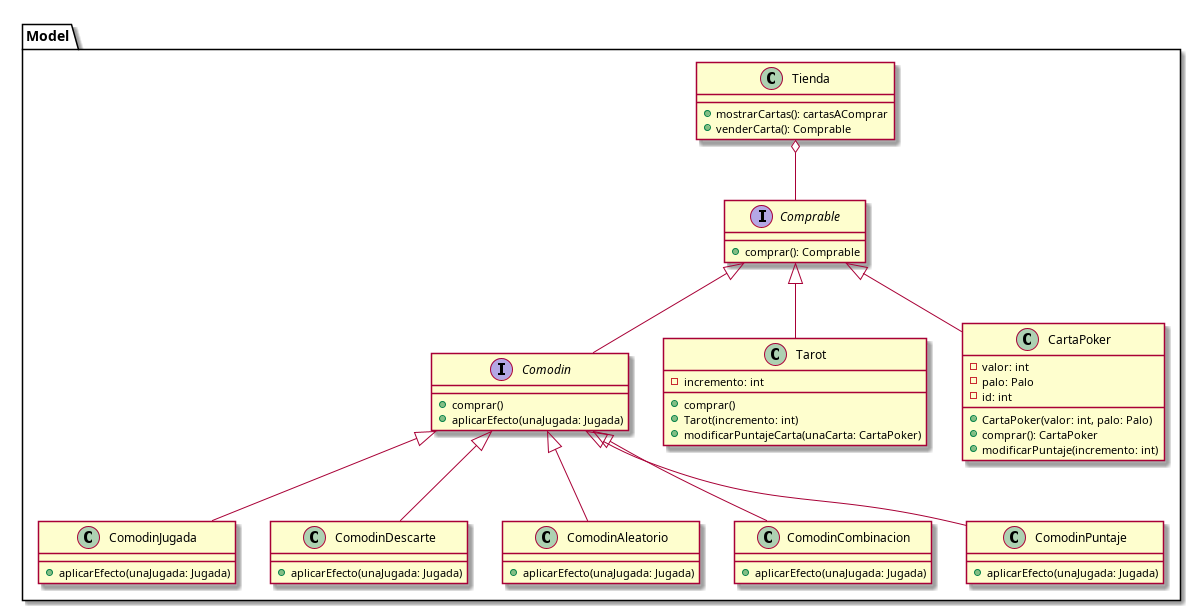
The PlantUML diagram diagrams/classes/clasesBalatro3.png in carruizdiaz1109/UBAlatro, before a commit. Its source is kept beside it as diagrams/classes/clasesBalatro3.puml.
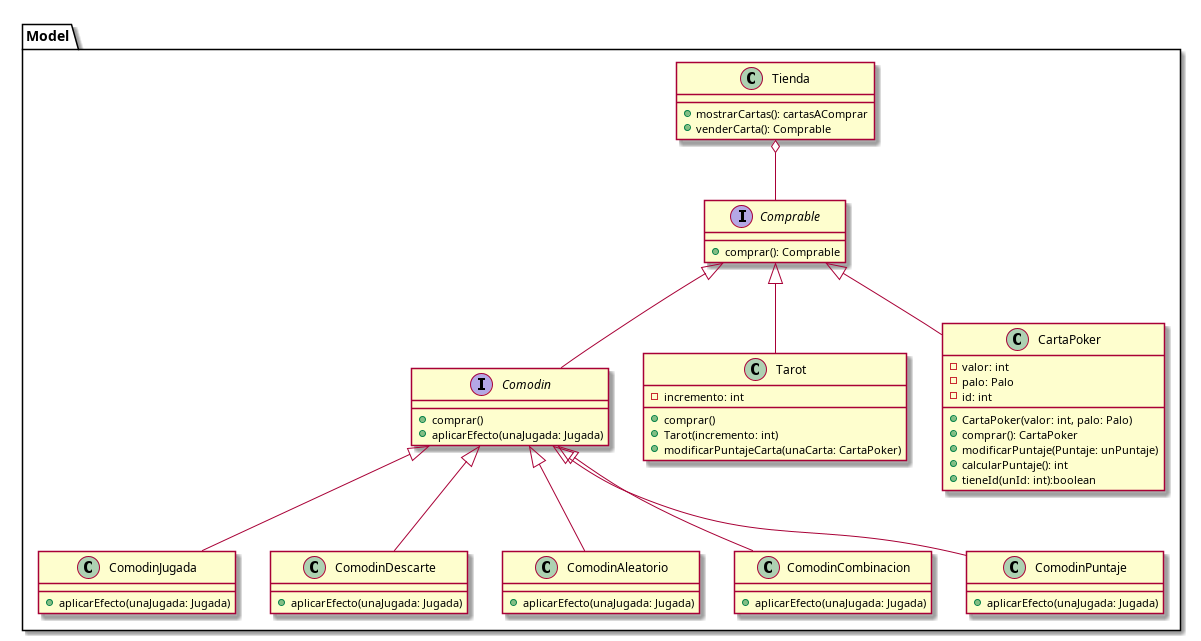
After the change.

The edit, as a diff of the source:
```diff
@@ -45,7 +45,9 @@
     - id: int
     + CartaPoker(valor: int, palo: Palo)
     + comprar(): CartaPoker
-    + modificarPuntaje(incremento: int)
+    + modificarPuntaje(Puntaje: unPuntaje)
+    + calcularPuntaje(): int
+    + tieneId(unId: int):boolean
 }
 
 
```
